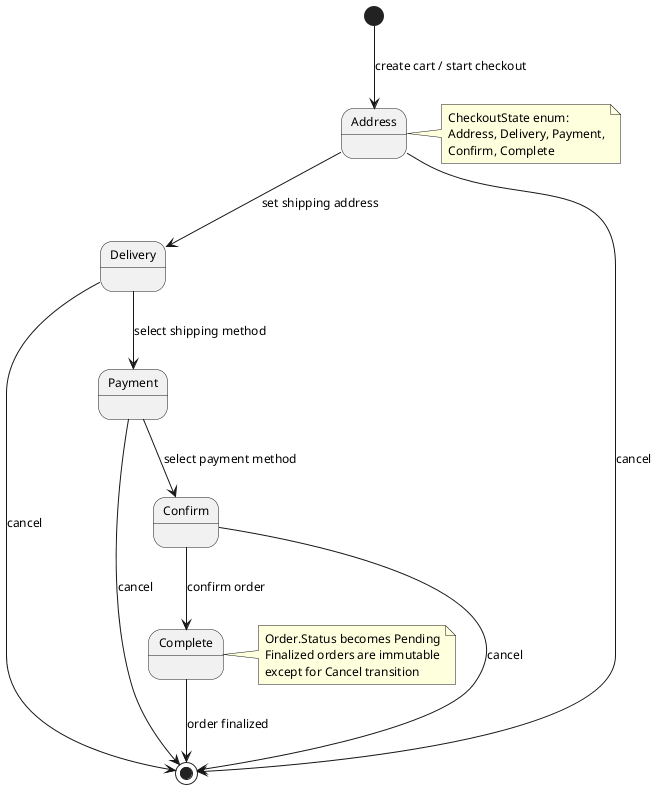
Before: thesis/figures/chapters/part2/ch2-design/03-architecture/diagrams/P2S2.2.3_order-state-machine.png, a diagram exported from PlantUML (qingfa-dev/ReSys.Shop).
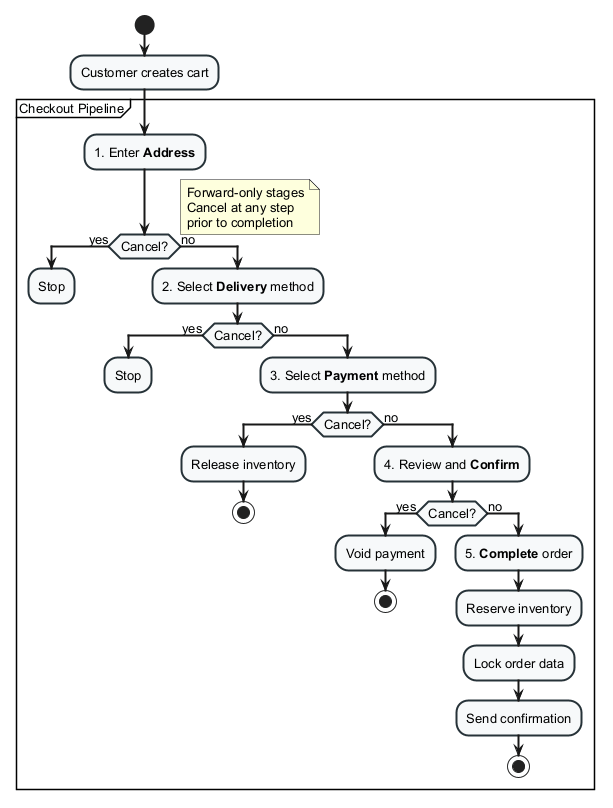
After the commit.

What changed in the source:
```diff
@@ -1,34 +1,68 @@
 @startuml order-state-machine
 
 skinparam backgroundColor White
-skinparam DefaultFontSize 12
+skinparam DefaultFontSize 13
+skinparam DefaultFontName Arial
+skinparam shadowing false
 
-[*] --> Address : create cart / start checkout
+skinparam activity {
+  BackgroundColor #F7F9FA
+  BorderColor #263238
+  BorderThickness 2
+  FontSize 13
+}
 
-Address --> Delivery : set shipping address
-Address --> [*] : cancel
+skinparam diamond {
+  BackgroundColor #E8F5E9
+  BorderColor #2E7D32
+  FontSize 12
+}
 
-Delivery --> Payment : select shipping method
-Delivery --> [*] : cancel
+start
 
-Payment --> Confirm : select payment method
-Payment --> [*] : cancel
+:Customer creates cart;
 
-Confirm --> Complete : confirm order
-Confirm --> [*] : cancel
+partition "Checkout Pipeline" {
+  :1. Enter **Address**;
 
-Complete --> [*] : order finalized
+  if (Cancel?) then (yes)
+    :Stop;
+    detach
+  else (no)
+    :2. Select **Delivery** method;
 
-note right of Address
-  CheckoutState enum:
-  Address, Delivery, Payment,
-  Confirm, Complete
-end note
+    if (Cancel?) then (yes)
+      :Stop;
+      detach
+    else (no)
+      :3. Select **Payment** method;
 
-note right of Complete
-  Order.Status becomes Pending
-  Finalized orders are immutable
-  except for Cancel transition
+      if (Cancel?) then (yes)
+        :Release inventory;
+        stop
+      else (no)
+        :4. Review and **Confirm**;
+
+        if (Cancel?) then (yes)
+          :Void payment;
+          stop
+        else (no)
+          :5. **Complete** order;
+
+          :Reserve inventory;
+          :Lock order data;
+          :Send confirmation;
+          stop
+        endif
+      endif
+    endif
+  endif
+}
+
+note right
+  Forward-only stages
+  Cancel at any step
+  prior to completion
 end note
 
 @enduml
```
